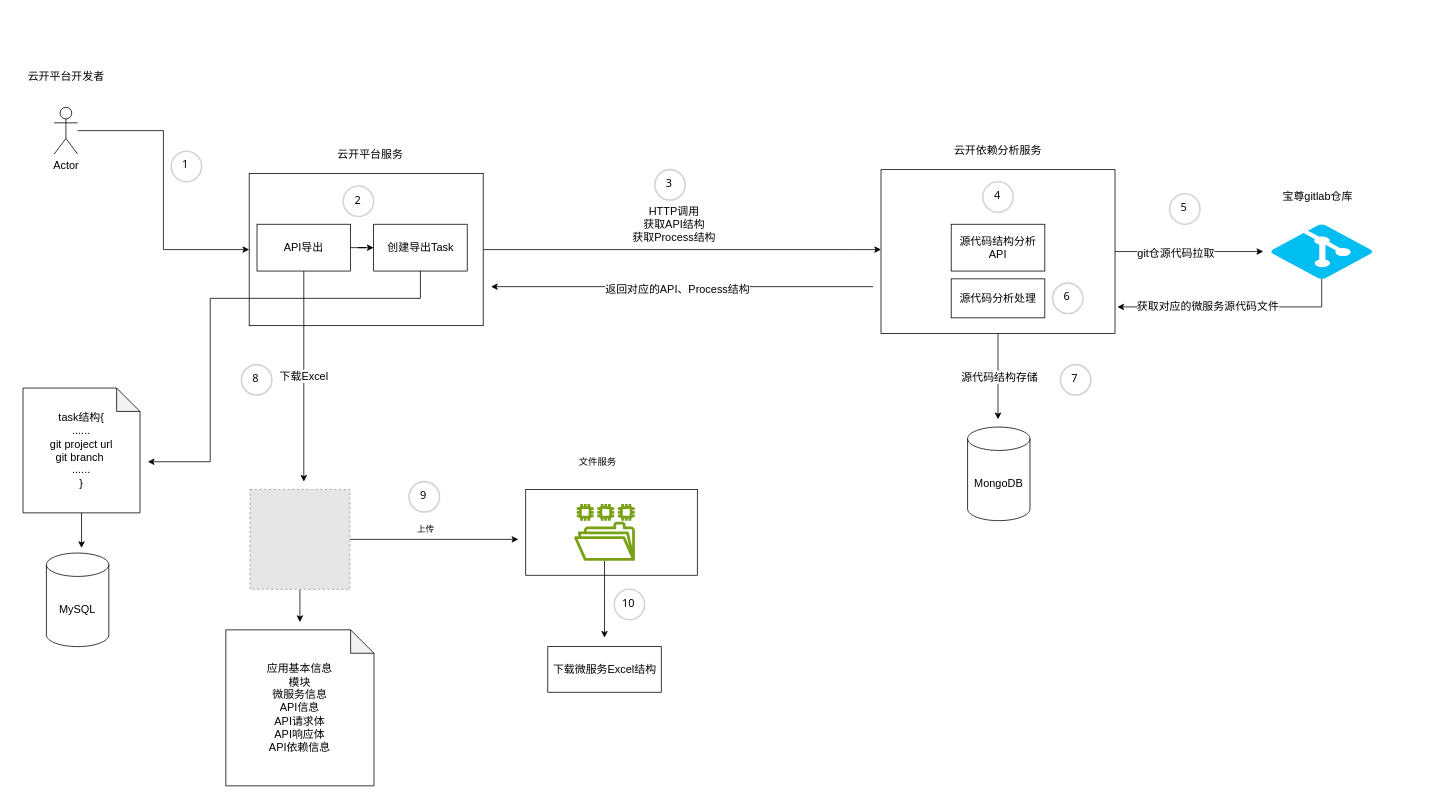
strongant/javassistTest keeps this draw.io diagram as 迁移工具设计.drawio. Above is the earlier version. Source tidied: cells renumbered, new cells numbered last; positions are measured from the earlier drawing's top-left corner, leaving out a move shared by most shapes. Both pictures are drawn from the tidied source at 78%, with x=0, y=0 at pixel (13, 68). Pictures stored in the file or linked from it are replaced by grey dashed boxes.
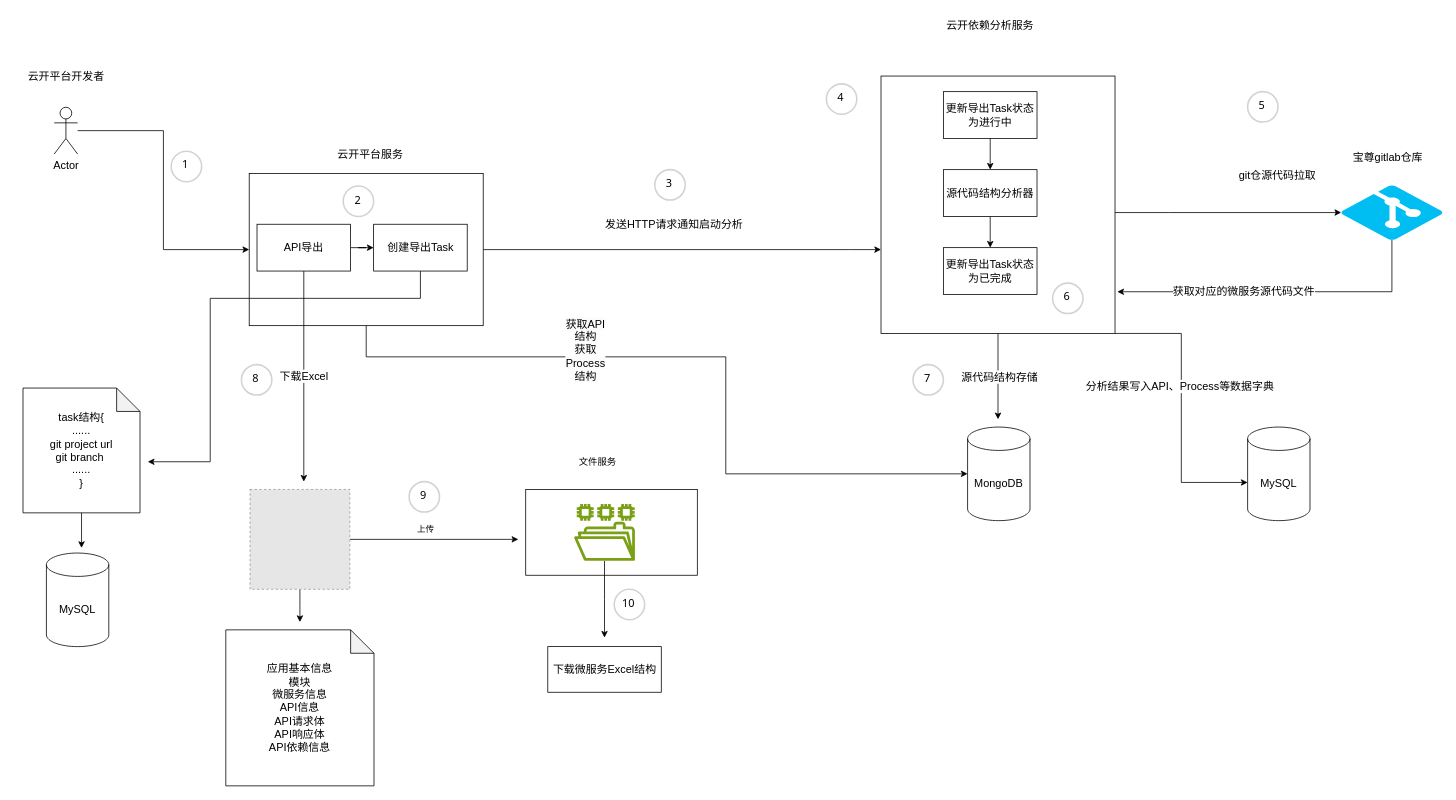
The same page after the edit.

Commit message:
Update 迁移工具API导出TASK设计.drawio

Unchanged cells that the change refers to:
```xml
<mxCell id="3" style="rounded=0;whiteSpace=wrap;html=1;fontSize=14;" parent="1" vertex="1">
  <mxGeometry x="302" y="135" width="300" height="195" as="geometry" />
</mxCell>
<mxCell id="23" value="MongoDB" style="shape=cylinder3;whiteSpace=wrap;html=1;boundedLbl=1;backgroundOutline=1;size=15;fontSize=14;" parent="1" vertex="1">
  <mxGeometry x="1223" y="460" width="80" height="120" as="geometry" />
</mxCell>
```

Diff of the diagram source:
```diff
@@
-    <mxCell id="8" style="edgeStyle=orthogonalEdgeStyle;rounded=0;jettySize=auto;html=1;fontSize=14;" parent="1" edge="1" source="12">
+    <mxCell id="8" style="edgeStyle=orthogonalEdgeStyle;rounded=0;jettySize=auto;html=1;fontSize=14;" parent="1" edge="1" source="12" target="14">
       <mxGeometry relative="1" as="geometry">
-        <mxPoint x="1602" y="235" as="targetPoint" />
+        <Array as="points">
+          <mxPoint x="1482" y="185" />
+          <mxPoint x="1482" y="185" />
+        </Array>
       </mxGeometry>
     </mxCell>
     <mxCell id="9" value="git仓源代码拉取" style="edgeLabel;html=1;align=center;verticalAlign=middle;fontSize=14;" parent="8" vertex="1">
-      <mxGeometry x="-0.19" y="-1" relative="1" as="geometry" />
+      <mxGeometry x="-0.19" y="-1" relative="1" as="geometry">
+        <mxPoint x="90" y="-50" as="offset" />
+      </mxGeometry>
     </mxCell>
@@
     <mxCell id="12" style="rounded=0;whiteSpace=wrap;html=1;fontSize=14;" parent="1" vertex="1">
-      <mxGeometry x="1112" y="130" width="300" height="210" as="geometry" />
+      <mxGeometry x="1112" y="10" width="300" height="330" as="geometry" />
     </mxCell>
     <mxCell id="13" value="云开依赖分析服务" style="text;html=1;align=center;verticalAlign=middle;whiteSpace=wrap;rounded=0;fontSize=14;" parent="1" vertex="1">
-      <mxGeometry x="1202" y="90" width="120" height="30" as="geometry" />
+      <mxGeometry x="1192" y="-70" width="120" height="30" as="geometry" />
     </mxCell>
     <mxCell id="14" style="verticalLabelPosition=bottom;html=1;verticalAlign=top;align=center;strokeColor=none;fillColor=#00BEF2;shape=mxgraph.azure.git_repository;fontSize=14;" parent="1" vertex="1">
-      <mxGeometry x="1612" y="200" width="130" height="70" as="geometry" />
+      <mxGeometry x="1702" y="150" width="130" height="70" as="geometry" />
     </mxCell>
     <mxCell id="15" value="宝尊gitlab仓库" style="text;html=1;align=center;verticalAlign=middle;whiteSpace=wrap;rounded=0;fontSize=14;" parent="1" vertex="1">
-      <mxGeometry x="1617" y="150" width="110" height="30" as="geometry" />
+      <mxGeometry x="1707" y="100" width="110" height="30" as="geometry" />
     </mxCell>
@@
-    <mxCell id="17" value="HTTP调用&lt;br style=&quot;font-size: 14px;&quot;&gt;获取API结构&lt;br style=&quot;font-size: 14px;&quot;&gt;获取Process结构" style="text;html=1;align=center;verticalAlign=middle;whiteSpace=wrap;rounded=0;fontSize=14;" parent="1" vertex="1">
-      <mxGeometry x="782" y="190" width="130" height="20" as="geometry" />
+    <mxCell id="17" value="发送HTTP请求通知启动分析" style="text;html=1;align=center;verticalAlign=middle;whiteSpace=wrap;rounded=0;fontSize=14;" parent="1" vertex="1">
+      <mxGeometry x="732" y="190" width="230" height="20" as="geometry" />
     </mxCell>
@@
+    <mxCell id="53" style="edgeStyle=orthogonalEdgeStyle;rounded=0;jettySize=auto;html=1;" parent="1" edge="1" source="22" target="58">
+      <mxGeometry relative="1" as="geometry" />
+    </mxCell>
-    <mxCell id="22" value="源代码结构分析API" style="rounded=0;whiteSpace=wrap;html=1;fontSize=14;" parent="1" vertex="1">
-      <mxGeometry x="1202" y="200" width="120" height="60" as="geometry" />
+    <mxCell id="22" value="源代码结构分析器" style="rounded=0;whiteSpace=wrap;html=1;fontSize=14;" parent="1" vertex="1">
+      <mxGeometry x="1192" y="130" width="120" height="60" as="geometry" />
     </mxCell>
@@
     <mxCell id="32" value="4" style="ellipse;whiteSpace=wrap;html=1;strokeWidth=2;fontFamily=Tahoma;spacingBottom=4;spacingRight=2;strokeColor=#d3d3d3;fontSize=14;" parent="1" vertex="1">
-      <mxGeometry x="1242.5" y="145.5" width="39" height="39" as="geometry" />
+      <mxGeometry x="1042" y="20" width="39" height="39" as="geometry" />
     </mxCell>
-    <mxCell id="33" value="源代码分析处理" style="rounded=0;whiteSpace=wrap;html=1;fontSize=14;" parent="1" vertex="1">
-      <mxGeometry x="1202" y="270" width="120" height="50" as="geometry" />
-    </mxCell>
@@
     <mxCell id="35" value="5" style="ellipse;whiteSpace=wrap;html=1;strokeWidth=2;fontFamily=Tahoma;spacingBottom=4;spacingRight=2;strokeColor=#d3d3d3;fontSize=14;" parent="1" vertex="1">
-      <mxGeometry x="1482" y="161" width="39" height="39" as="geometry" />
+      <mxGeometry x="1582" y="30" width="39" height="39" as="geometry" />
     </mxCell>
@@
     <mxCell id="42" value="7" style="ellipse;whiteSpace=wrap;html=1;strokeWidth=2;fontFamily=Tahoma;spacingBottom=4;spacingRight=2;strokeColor=#d3d3d3;fontSize=14;" parent="1" vertex="1">
-      <mxGeometry x="1342" y="380" width="39" height="39" as="geometry" />
+      <mxGeometry x="1153" y="380" width="39" height="39" as="geometry" />
     </mxCell>
@@
-    <mxCell id="45" style="endArrow=classic;html=1;rounded=0;" parent="1" edge="1">
-      <mxGeometry relative="1" as="geometry">
-        <mxPoint x="1102" y="280" as="sourcePoint" />
-        <mxPoint x="612" y="280" as="targetPoint" />
-      </mxGeometry>
-    </mxCell>
-    <mxCell id="46" value="返回对应的API、Process结构" style="edgeLabel;html=1;align=center;verticalAlign=middle;fontSize=14;" parent="45" vertex="1">
-      <mxGeometry x="0.03" y="3" relative="1" as="geometry" />
-    </mxCell>
     <mxCell id="47" style="edgeStyle=orthogonalEdgeStyle;rounded=0;jettySize=auto;html=1;entryX=1.01;entryY=0.838;entryDx=0;entryDy=0;entryPerimeter=0;" parent="1" edge="1" source="14" target="12">
       <mxGeometry relative="1" as="geometry">
         <Array as="points">
-          <mxPoint x="1677" y="306" />
+          <mxPoint x="1767" y="287" />
         </Array>
       </mxGeometry>
     </mxCell>
@@
+    <mxCell id="54" style="edgeStyle=orthogonalEdgeStyle;rounded=0;jettySize=auto;html=1;entryX=0;entryY=0.5;entryDx=0;entryDy=0;entryPerimeter=0;" parent="1" edge="1" source="3" target="23">
+      <mxGeometry relative="1" as="geometry">
+        <Array as="points">
+          <mxPoint x="452" y="370" />
+          <mxPoint x="913" y="370" />
+          <mxPoint x="913" y="520" />
+        </Array>
+      </mxGeometry>
+    </mxCell>
+    <mxCell id="55" value="&lt;span style=&quot;font-size: 14px; text-wrap: wrap; background-color: rgb(251, 251, 251);&quot;&gt;获取API结构&lt;/span&gt;&lt;br style=&quot;font-size: 14px; text-wrap: wrap; background-color: rgb(251, 251, 251);&quot;&gt;&lt;span style=&quot;font-size: 14px; text-wrap: wrap; background-color: rgb(251, 251, 251);&quot;&gt;获取Process结构&lt;/span&gt;" style="edgeLabel;html=1;align=center;verticalAlign=middle;" parent="54" vertex="1">
+      <mxGeometry x="-0.26" y="1" relative="1" as="geometry">
+        <mxPoint x="-36" y="-9" as="offset" />
+      </mxGeometry>
+    </mxCell>
+    <mxCell id="56" style="edgeStyle=orthogonalEdgeStyle;rounded=0;jettySize=auto;html=1;" parent="1" edge="1" source="57" target="22">
+      <mxGeometry relative="1" as="geometry" />
+    </mxCell>
+    <mxCell id="57" value="更新导出Task状态为进行中" style="rounded=0;whiteSpace=wrap;html=1;fontSize=14;" parent="1" vertex="1">
+      <mxGeometry x="1192" y="30" width="120" height="60" as="geometry" />
+    </mxCell>
+    <mxCell id="58" value="更新导出Task状态为已完成" style="rounded=0;whiteSpace=wrap;html=1;fontSize=14;" parent="1" vertex="1">
+      <mxGeometry x="1192" y="230" width="120" height="60" as="geometry" />
+    </mxCell>
+    <mxCell id="59" value="MySQL" style="shape=cylinder3;whiteSpace=wrap;html=1;boundedLbl=1;backgroundOutline=1;size=15;fontSize=14;" parent="1" vertex="1">
+      <mxGeometry x="1582" y="460" width="80" height="120" as="geometry" />
+    </mxCell>
+    <mxCell id="60" style="edgeStyle=orthogonalEdgeStyle;rounded=0;jettySize=auto;html=1;entryX=0;entryY=0.592;entryDx=0;entryDy=0;entryPerimeter=0;" parent="1" edge="1" source="12" target="59">
+      <mxGeometry relative="1" as="geometry">
+        <Array as="points">
+          <mxPoint x="1497" y="340" />
+          <mxPoint x="1497" y="531" />
+        </Array>
+      </mxGeometry>
+    </mxCell>
+    <mxCell id="61" value="分析结果写入API、Process等数据字典" style="edgeLabel;html=1;align=center;verticalAlign=middle;fontSize=14;" parent="60" vertex="1">
+      <mxGeometry x="-0.16" y="-3" relative="1" as="geometry" />
+    </mxCell>
```
